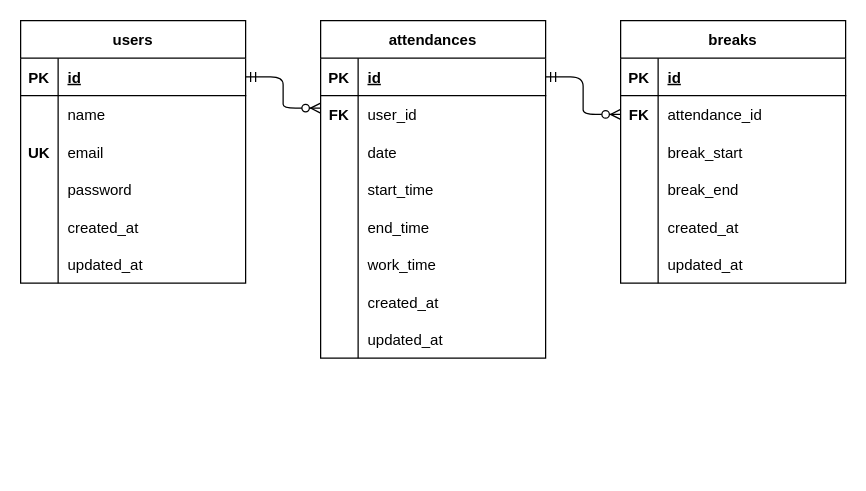
Earlier version of the draw.io diagram docker/mysql/database.dio (YamaguchiTomoaki/Atte). Source tidied: cells renumbered, new cells numbered last; positions are measured from the earlier drawing's top-left corner, leaving out a move shared by most shapes. Both pictures are drawn from the tidied source at 125%, with x=0, y=0 at pixel (20, 20).
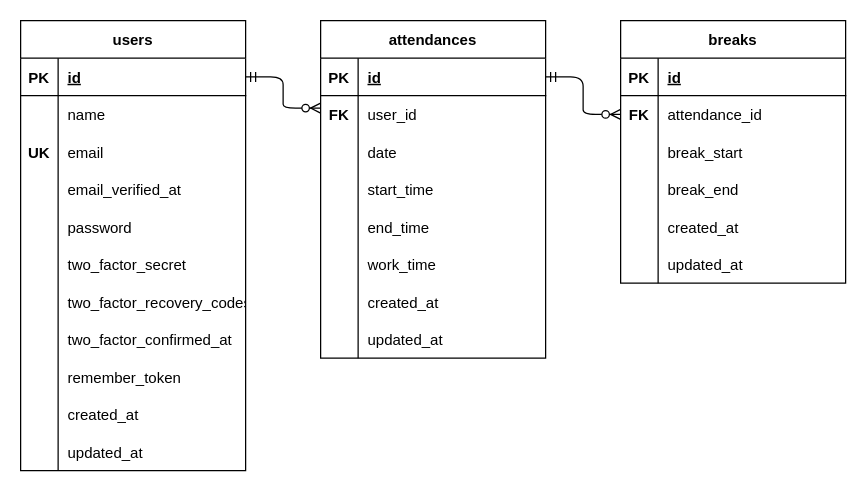
The same diagram, later.

The edit, as a diff of the source:
```diff
@@
     <mxCell id="2" value="users" style="shape=table;startSize=30;childLayout=tableLayout;rowLines=0;fontStyle=1;align=center;" parent="1" vertex="1">
-      <mxGeometry width="180" height="210" as="geometry" />
+      <mxGeometry width="180" height="360" as="geometry" />
     </mxCell>
@@
+    <mxCell id="67" style="shape=tableRow;horizontal=0;startSize=0;swimlaneHead=0;swimlaneBody=0;fillColor=none;top=0;left=0;right=0;bottom=0;" parent="2" vertex="1">
+      <mxGeometry y="120" width="180" height="30" as="geometry" />
+    </mxCell>
+    <mxCell id="68" style="shape=partialRectangle;fillColor=none;top=0;left=0;bottom=0;right=0;overflow=hidden;fontStyle=1;" parent="67" vertex="1">
+      <mxGeometry width="30" height="30" as="geometry" />
+    </mxCell>
+    <mxCell id="69" value="email_verified_at" style="shape=partialRectangle;fillColor=none;top=0;left=0;bottom=0;right=0;align=left;spacingLeft=6;overflow=hidden;" parent="67" vertex="1">
+      <mxGeometry x="30" width="150" height="30" as="geometry" />
+    </mxCell>
     <mxCell id="12" style="shape=tableRow;horizontal=0;startSize=0;swimlaneHead=0;swimlaneBody=0;fillColor=none;top=0;left=0;right=0;bottom=0;" parent="2" vertex="1">
-      <mxGeometry y="120" width="180" height="30" as="geometry" />
+      <mxGeometry y="150" width="180" height="30" as="geometry" />
     </mxCell>
@@
+    <mxCell id="70" style="shape=tableRow;horizontal=0;startSize=0;swimlaneHead=0;swimlaneBody=0;fillColor=none;top=0;left=0;right=0;bottom=0;" parent="2" vertex="1">
+      <mxGeometry y="180" width="180" height="30" as="geometry" />
+    </mxCell>
+    <mxCell id="71" style="shape=partialRectangle;fillColor=none;top=0;left=0;bottom=0;right=0;overflow=hidden;" parent="70" vertex="1">
+      <mxGeometry width="30" height="30" as="geometry" />
+    </mxCell>
+    <mxCell id="72" value="two_factor_secret" style="shape=partialRectangle;fillColor=none;top=0;left=0;bottom=0;right=0;align=left;spacingLeft=6;overflow=hidden;" parent="70" vertex="1">
+      <mxGeometry x="30" width="150" height="30" as="geometry" />
+    </mxCell>
+    <mxCell id="73" style="shape=tableRow;horizontal=0;startSize=0;swimlaneHead=0;swimlaneBody=0;fillColor=none;top=0;left=0;right=0;bottom=0;" parent="2" vertex="1">
+      <mxGeometry y="210" width="180" height="30" as="geometry" />
+    </mxCell>
+    <mxCell id="74" style="shape=partialRectangle;fillColor=none;top=0;left=0;bottom=0;right=0;overflow=hidden;" parent="73" vertex="1">
+      <mxGeometry width="30" height="30" as="geometry" />
+    </mxCell>
+    <mxCell id="75" value="two_factor_recovery_codes" style="shape=partialRectangle;fillColor=none;top=0;left=0;bottom=0;right=0;align=left;spacingLeft=6;overflow=hidden;" parent="73" vertex="1">
+      <mxGeometry x="30" width="150" height="30" as="geometry" />
+    </mxCell>
+    <mxCell id="76" style="shape=tableRow;horizontal=0;startSize=0;swimlaneHead=0;swimlaneBody=0;fillColor=none;top=0;left=0;right=0;bottom=0;" parent="2" vertex="1">
+      <mxGeometry y="240" width="180" height="30" as="geometry" />
+    </mxCell>
+    <mxCell id="77" style="shape=partialRectangle;fillColor=none;top=0;left=0;bottom=0;right=0;overflow=hidden;" parent="76" vertex="1">
+      <mxGeometry width="30" height="30" as="geometry" />
+    </mxCell>
+    <mxCell id="78" value="two_factor_confirmed_at" style="shape=partialRectangle;fillColor=none;top=0;left=0;bottom=0;right=0;align=left;spacingLeft=6;overflow=hidden;" parent="76" vertex="1">
+      <mxGeometry x="30" width="150" height="30" as="geometry" />
+    </mxCell>
+    <mxCell id="79" style="shape=tableRow;horizontal=0;startSize=0;swimlaneHead=0;swimlaneBody=0;fillColor=none;top=0;left=0;right=0;bottom=0;" parent="2" vertex="1">
+      <mxGeometry y="270" width="180" height="30" as="geometry" />
+    </mxCell>
+    <mxCell id="80" style="shape=partialRectangle;fillColor=none;top=0;left=0;bottom=0;right=0;overflow=hidden;" parent="79" vertex="1">
+      <mxGeometry width="30" height="30" as="geometry" />
+    </mxCell>
+    <mxCell id="81" value="remember_token" style="shape=partialRectangle;fillColor=none;top=0;left=0;bottom=0;right=0;align=left;spacingLeft=6;overflow=hidden;" parent="79" vertex="1">
+      <mxGeometry x="30" width="150" height="30" as="geometry" />
+    </mxCell>
     <mxCell id="15" style="shape=tableRow;horizontal=0;startSize=0;swimlaneHead=0;swimlaneBody=0;fillColor=none;top=0;left=0;right=0;bottom=0;" parent="2" vertex="1">
-      <mxGeometry y="150" width="180" height="30" as="geometry" />
+      <mxGeometry y="300" width="180" height="30" as="geometry" />
     </mxCell>
@@
     <mxCell id="18" style="shape=tableRow;horizontal=0;startSize=0;swimlaneHead=0;swimlaneBody=0;fillColor=none;top=0;left=0;right=0;bottom=0;" parent="2" vertex="1">
-      <mxGeometry y="180" width="180" height="30" as="geometry" />
+      <mxGeometry y="330" width="180" height="30" as="geometry" />
     </mxCell>
```
